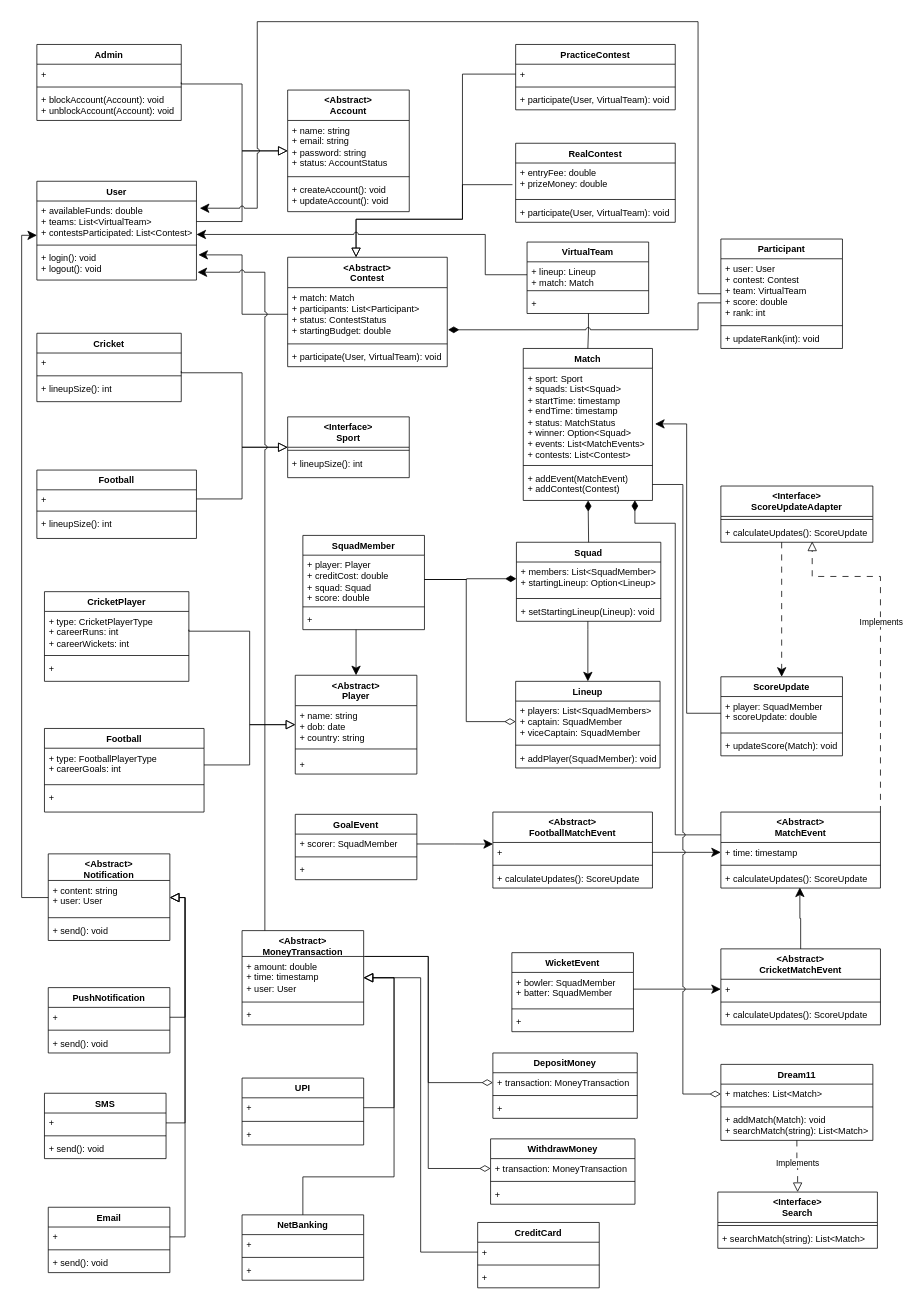
Earlier version of the draw.io diagram dream11-class.drawio (itspriyansh/system-design). Source tidied: cells renumbered, new cells numbered last; positions are measured from the earlier drawing's top-left corner, leaving out a move shared by most shapes. Both pictures are drawn from the tidied source at 76%, with x=0, y=0 at pixel (21, 21).
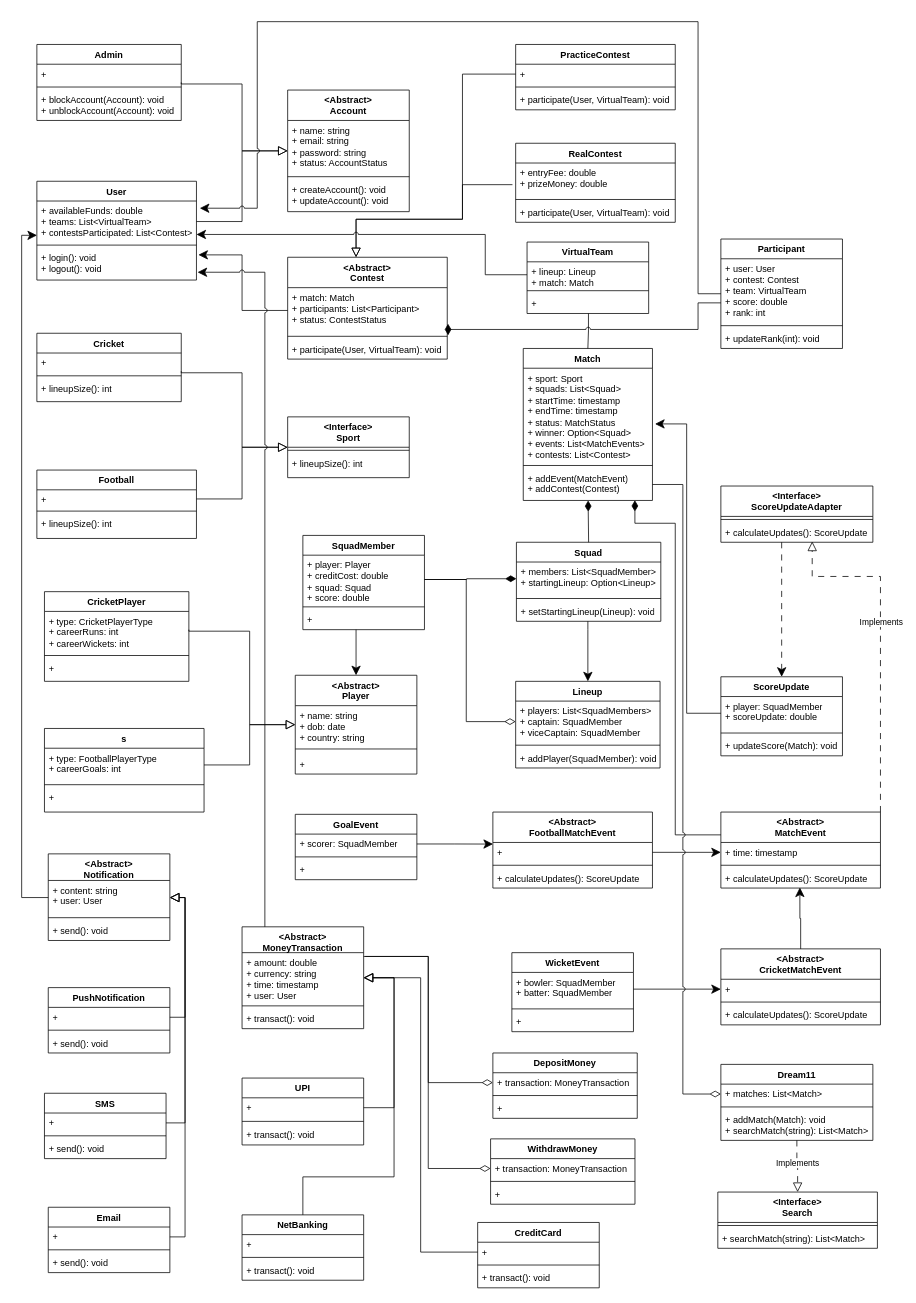
Above is the later version.

Unchanged cells that the change refers to:
```xml
<mxCell id="151" value="UPI" style="swimlane;fontStyle=1;align=center;verticalAlign=top;horizontal=1;startSize=26;whiteSpace=wrap;html=1;" parent="1" vertex="1">
  <mxGeometry x="290" y="1390" width="160" height="88" as="geometry" />
</mxCell>
<mxCell id="155" value="NetBanking" style="swimlane;fontStyle=1;align=center;verticalAlign=top;horizontal=1;startSize=26;whiteSpace=wrap;html=1;" parent="1" vertex="1">
  <mxGeometry x="290" y="1570" width="160" height="86" as="geometry" />
</mxCell>
<mxCell id="159" value="CreditCard" style="swimlane;fontStyle=1;align=center;verticalAlign=top;horizontal=1;startSize=26;whiteSpace=wrap;html=1;" parent="1" vertex="1">
  <mxGeometry x="600" y="1580" width="160" height="86" as="geometry" />
</mxCell>
```

Change to the diagram source:
```diff
@@
-    <mxCell id="33" value="Football" style="swimlane;fontStyle=1;align=center;verticalAlign=top;horizontal=1;startSize=26;whiteSpace=wrap;html=1;" parent="1" vertex="1">
+    <mxCell id="33" value="s" style="swimlane;fontStyle=1;align=center;verticalAlign=top;horizontal=1;startSize=26;whiteSpace=wrap;html=1;" parent="1" vertex="1">
       <mxGeometry x="30" y="930" width="210" height="110" as="geometry" />
     </mxCell>
@@
     <mxCell id="62" value="&amp;lt;Abstract&amp;gt;&lt;div&gt;Contest&lt;/div&gt;" style="swimlane;fontStyle=1;align=center;verticalAlign=top;horizontal=1;startSize=40;whiteSpace=wrap;html=1;" parent="1" vertex="1">
-      <mxGeometry x="350" y="310" width="210" height="144" as="geometry" />
+      <mxGeometry x="350" y="310" width="210" height="134" as="geometry" />
     </mxCell>
-    <mxCell id="63" value="+ match: Match&lt;div&gt;+ participants: List&amp;lt;Participant&amp;gt;&lt;/div&gt;&lt;div&gt;+ status: ContestStatus&lt;/div&gt;&lt;div&gt;+ startingBudget: double&lt;/div&gt;" style="text;strokeColor=none;fillColor=none;align=left;verticalAlign=top;spacingLeft=4;spacingRight=4;overflow=hidden;points=[[0,0.5],[1,0.5]];portConstraint=eastwest;whiteSpace=wrap;html=1;" parent="62" vertex="1">
-      <mxGeometry y="40" width="210" height="70" as="geometry" />
+    <mxCell id="63" value="+ match: Match&lt;div&gt;+ participants: List&amp;lt;Participant&amp;gt;&lt;/div&gt;&lt;div&gt;+ status: ContestStatus&lt;/div&gt;" style="text;strokeColor=none;fillColor=none;align=left;verticalAlign=top;spacingLeft=4;spacingRight=4;overflow=hidden;points=[[0,0.5],[1,0.5]];portConstraint=eastwest;whiteSpace=wrap;html=1;" parent="62" vertex="1">
+      <mxGeometry y="40" width="210" height="60" as="geometry" />
     </mxCell>
     <mxCell id="64" style="line;strokeWidth=1;fillColor=none;align=left;verticalAlign=middle;spacingTop=-1;spacingLeft=3;spacingRight=3;labelPosition=right;strokeColor=inherit;" parent="62" vertex="1">
-      <mxGeometry y="110" width="210" height="8" as="geometry" />
+      <mxGeometry y="100" width="210" height="8" as="geometry" />
     </mxCell>
     <mxCell id="65" value="+ participate(User, VirtualTeam): void" style="text;strokeColor=none;fillColor=none;align=left;verticalAlign=top;spacingLeft=4;spacingRight=4;overflow=hidden;whiteSpace=wrap;html=1;" parent="62" vertex="1">
-      <mxGeometry y="118" width="210" height="26" as="geometry" />
+      <mxGeometry y="108" width="210" height="26" as="geometry" />
     </mxCell>
@@
     <mxCell id="147" value="&amp;lt;Abstract&amp;gt;&lt;div&gt;MoneyTransaction&lt;/div&gt;" style="swimlane;fontStyle=1;align=center;verticalAlign=top;horizontal=1;startSize=34;whiteSpace=wrap;html=1;" parent="1" vertex="1">
-      <mxGeometry x="290" y="1196" width="160" height="124" as="geometry" />
+      <mxGeometry x="290" y="1191" width="160" height="134" as="geometry" />
     </mxCell>
-    <mxCell id="148" value="+ amount: double&lt;div&gt;+ time: timestamp&lt;/div&gt;&lt;div&gt;+ user: User&lt;/div&gt;" style="text;strokeColor=none;fillColor=none;align=left;verticalAlign=top;spacingLeft=4;spacingRight=4;overflow=hidden;points=[[0,0.5],[1,0.5]];portConstraint=eastwest;whiteSpace=wrap;html=1;" parent="147" vertex="1">
-      <mxGeometry y="34" width="160" height="56" as="geometry" />
+    <mxCell id="148" value="+ amount: double&lt;div&gt;+ currency: string&lt;br&gt;&lt;div&gt;+ time: timestamp&lt;/div&gt;&lt;div&gt;+ user: User&lt;/div&gt;&lt;/div&gt;" style="text;strokeColor=none;fillColor=none;align=left;verticalAlign=top;spacingLeft=4;spacingRight=4;overflow=hidden;points=[[0,0.5],[1,0.5]];portConstraint=eastwest;whiteSpace=wrap;html=1;" parent="147" vertex="1">
+      <mxGeometry y="34" width="160" height="66" as="geometry" />
     </mxCell>
     <mxCell id="149" style="line;strokeWidth=1;fillColor=none;align=left;verticalAlign=middle;spacingTop=-1;spacingLeft=3;spacingRight=3;labelPosition=right;strokeColor=inherit;" parent="147" vertex="1">
-      <mxGeometry y="90" width="160" height="8" as="geometry" />
+      <mxGeometry y="100" width="160" height="8" as="geometry" />
     </mxCell>
-    <mxCell id="150" value="+" style="text;strokeColor=none;fillColor=none;align=left;verticalAlign=top;spacingLeft=4;spacingRight=4;overflow=hidden;whiteSpace=wrap;html=1;" parent="147" vertex="1">
-      <mxGeometry y="98" width="160" height="26" as="geometry" />
+    <mxCell id="150" value="+ transact(): void" style="text;strokeColor=none;fillColor=none;align=left;verticalAlign=top;spacingLeft=4;spacingRight=4;overflow=hidden;whiteSpace=wrap;html=1;" parent="147" vertex="1">
+      <mxGeometry y="108" width="160" height="26" as="geometry" />
     </mxCell>
@@
-    <mxCell id="154" value="+" style="text;strokeColor=none;fillColor=none;align=left;verticalAlign=top;spacingLeft=4;spacingRight=4;overflow=hidden;whiteSpace=wrap;html=1;" parent="151" vertex="1">
+    <mxCell id="154" value="+ transact(): void" style="text;strokeColor=none;fillColor=none;align=left;verticalAlign=top;spacingLeft=4;spacingRight=4;overflow=hidden;whiteSpace=wrap;html=1;" parent="151" vertex="1">
       <mxGeometry y="62" width="160" height="26" as="geometry" />
     </mxCell>
@@
-    <mxCell id="158" value="+" style="text;strokeColor=none;fillColor=none;align=left;verticalAlign=top;spacingLeft=4;spacingRight=4;overflow=hidden;whiteSpace=wrap;html=1;" parent="155" vertex="1">
+    <mxCell id="158" value="+ transact(): void" style="text;strokeColor=none;fillColor=none;align=left;verticalAlign=top;spacingLeft=4;spacingRight=4;overflow=hidden;whiteSpace=wrap;html=1;" parent="155" vertex="1">
       <mxGeometry y="60" width="160" height="26" as="geometry" />
     </mxCell>
@@
-    <mxCell id="162" value="+" style="text;strokeColor=none;fillColor=none;align=left;verticalAlign=top;spacingLeft=4;spacingRight=4;overflow=hidden;whiteSpace=wrap;html=1;" parent="159" vertex="1">
+    <mxCell id="162" value="+ transact(): void" style="text;strokeColor=none;fillColor=none;align=left;verticalAlign=top;spacingLeft=4;spacingRight=4;overflow=hidden;whiteSpace=wrap;html=1;" parent="159" vertex="1">
       <mxGeometry y="60" width="160" height="26" as="geometry" />
     </mxCell>
```
